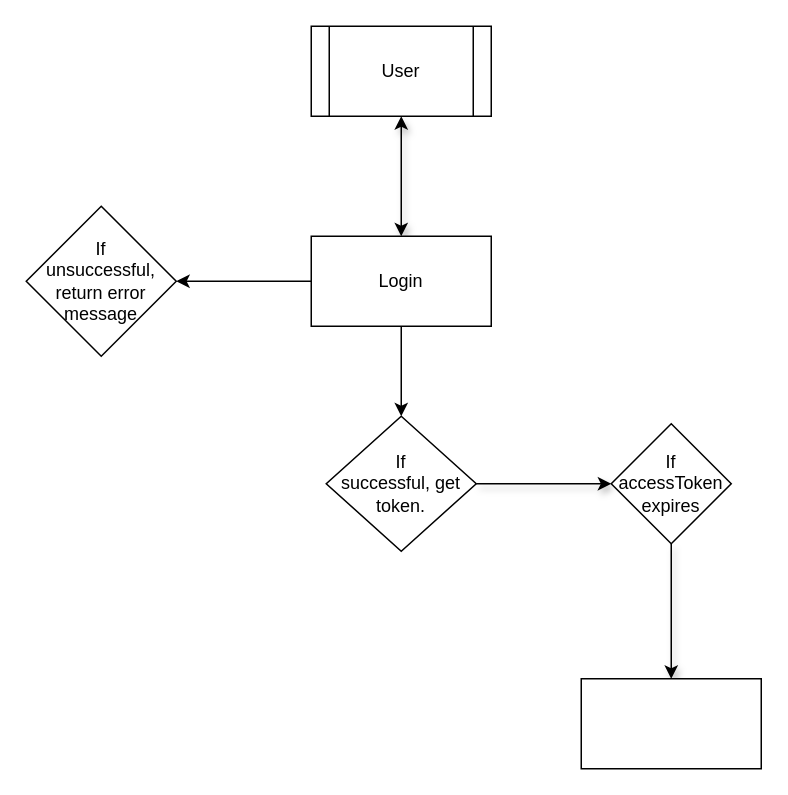
Before: plan/auith/auth.drawio in megamsquare/weeshr_assess, a draw.io diagram. Source tidied: cells renumbered, new cells numbered last; positions are measured from the earlier drawing's top-left corner, leaving out a move shared by most shapes. Both pictures are drawn from the tidied source at 150%, with x=0, y=0 at pixel (26, 26).
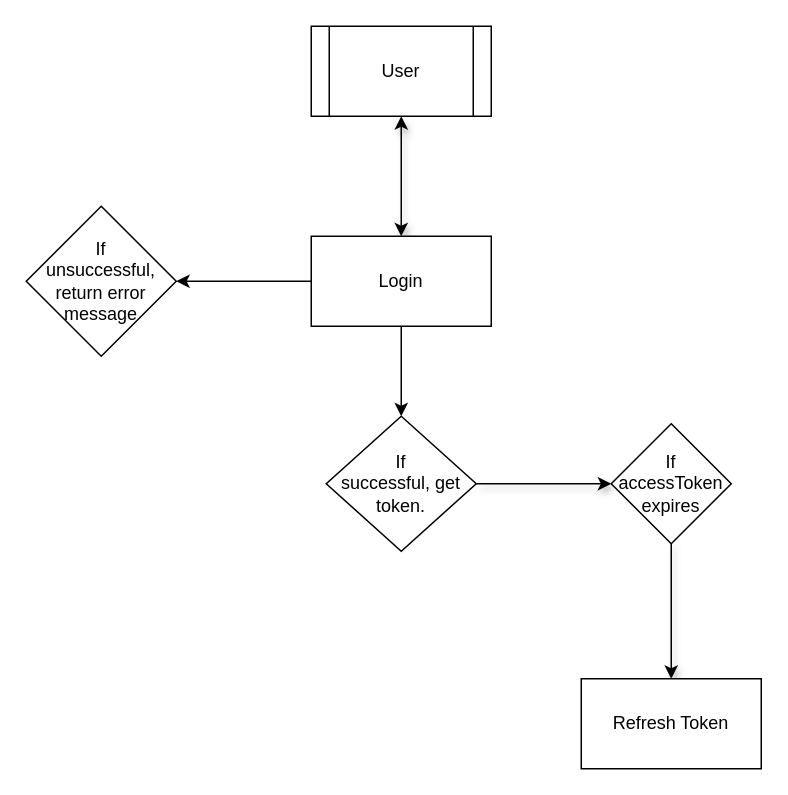
Above is the later version.

Commit message:
design for login modified for refresh token

Change to the diagram source:
```diff
@@
 <mxGraphModel>
   <root>
     <mxCell id="0" />
     <mxCell id="1" parent="0" />
     <mxCell id="2" style="html=1;jumpStyle=none;shadow=1;startArrow=classic;startFill=1;" parent="1" edge="1" source="3" target="6">
       <mxGeometry relative="1" as="geometry" />
     </mxCell>
     <mxCell id="3" value="User" style="shape=process;whiteSpace=wrap;html=1;backgroundOutline=1;" parent="1" vertex="1">
       <mxGeometry x="190" width="120" height="60" as="geometry" />
     </mxCell>
     <mxCell id="4" style="edgeStyle=none;html=1;" parent="1" edge="1" source="6" target="8">
       <mxGeometry relative="1" as="geometry" />
     </mxCell>
     <mxCell id="5" style="edgeStyle=none;html=1;" parent="1" edge="1" source="6" target="9">
       <mxGeometry relative="1" as="geometry" />
     </mxCell>
     <mxCell id="6" value="Login" style="whiteSpace=wrap;html=1;" parent="1" vertex="1">
       <mxGeometry x="190" y="140" width="120" height="60" as="geometry" />
     </mxCell>
     <mxCell id="7" style="edgeStyle=none;jumpStyle=none;html=1;shadow=1;startArrow=none;startFill=0;" parent="1" edge="1" source="8" target="11">
       <mxGeometry relative="1" as="geometry" />
     </mxCell>
     <mxCell id="8" value="If&lt;br&gt;successful, get&lt;br&gt;token." style="rhombus;whiteSpace=wrap;html=1;" parent="1" vertex="1">
       <mxGeometry x="200" y="260" width="100" height="90" as="geometry" />
     </mxCell>
     <mxCell id="9" value="If&lt;br&gt;unsuccessful, return error message" style="rhombus;whiteSpace=wrap;html=1;" parent="1" vertex="1">
       <mxGeometry y="120" width="100" height="100" as="geometry" />
     </mxCell>
     <mxCell id="10" style="edgeStyle=none;jumpStyle=none;html=1;shadow=1;startArrow=none;startFill=0;" parent="1" edge="1" source="11" target="12">
       <mxGeometry relative="1" as="geometry" />
     </mxCell>
     <mxCell id="11" value="If accessToken expires" style="rhombus;whiteSpace=wrap;html=1;" parent="1" vertex="1">
       <mxGeometry x="390" y="265" width="80" height="80" as="geometry" />
     </mxCell>
-    <mxCell id="12" style="whiteSpace=wrap;html=1;" parent="1" vertex="1">
+    <mxCell id="12" value="Refresh Token" style="whiteSpace=wrap;html=1;" parent="1" vertex="1">
       <mxGeometry x="370" y="435" width="120" height="60" as="geometry" />
     </mxCell>
   </root>
 </mxGraphModel>
```
